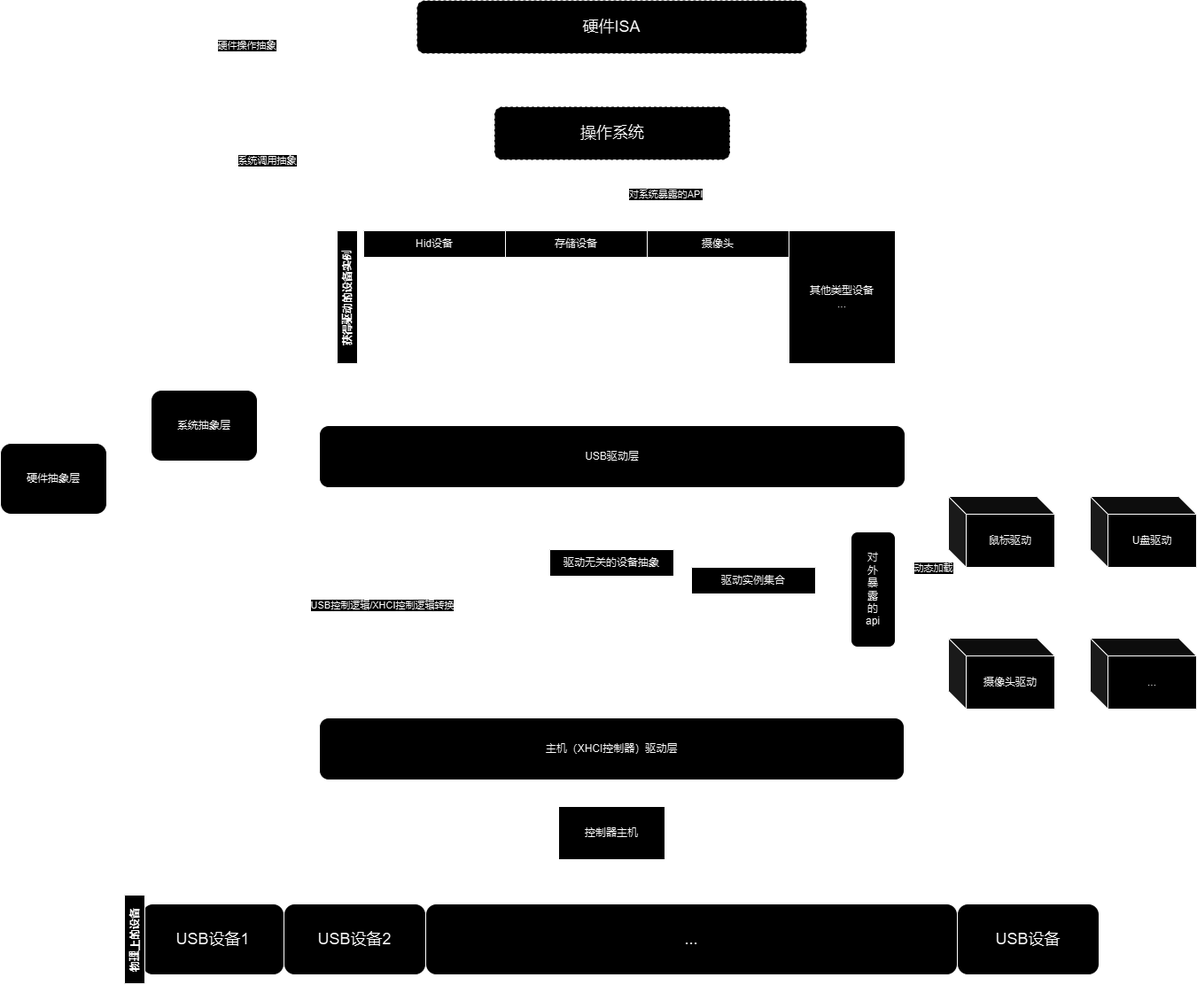
This is article/figures/main_architecture.png from dbydd/UUSBDriver, a draw.io export, as it was before one commit. Source tidied: cells renumbered, new cells last; positions are measured from the earlier drawing's top-left corner, leaving out a move shared by most shapes.
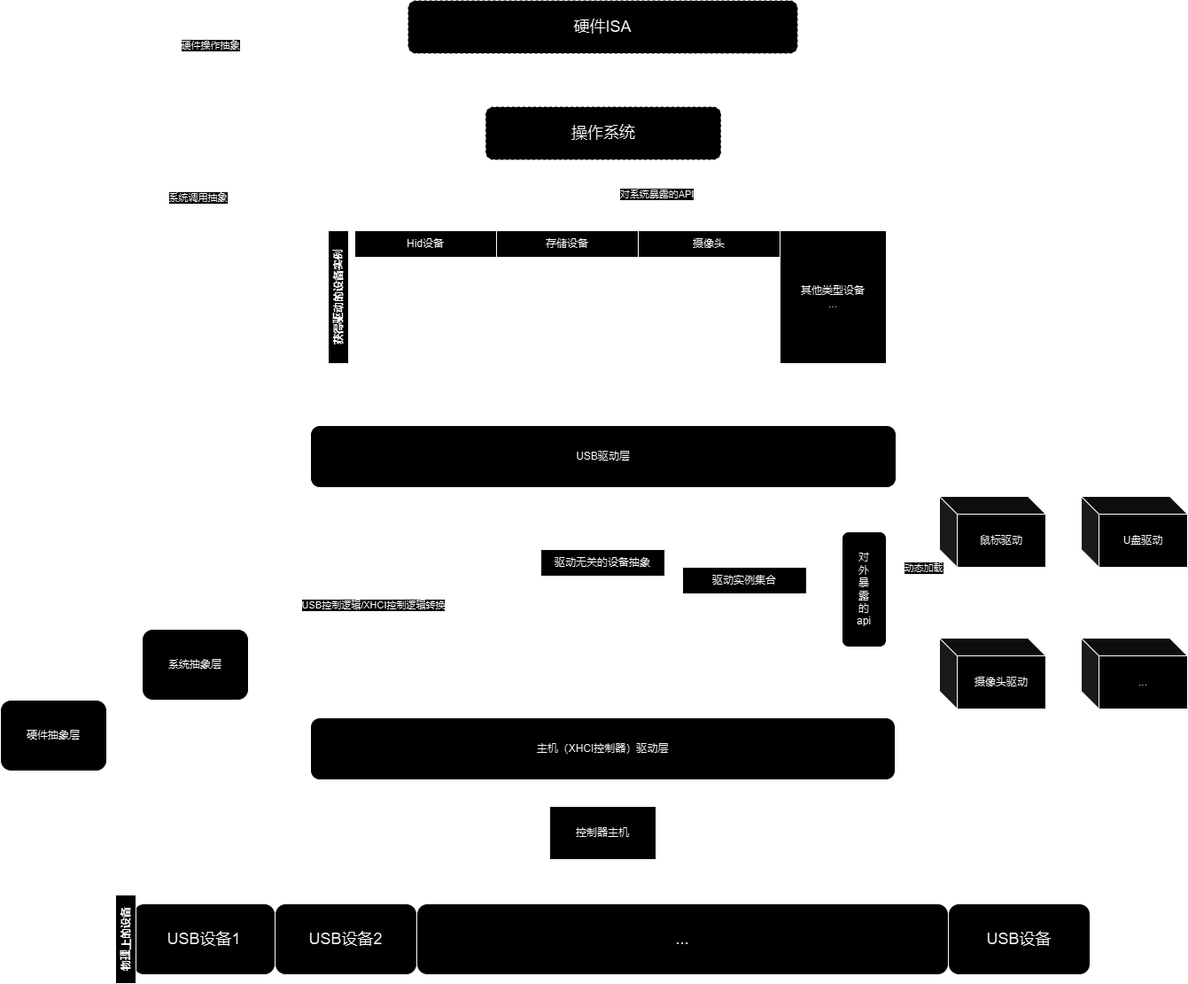
Above is the later version.

What changed in the source:
```diff
@@ -58,11 +58,11 @@
         <mxPoint x="-95" y="18" as="offset" />
       </mxGeometry>
     </mxCell>
-    <mxCell id="17" style="edgeStyle=orthogonalEdgeStyle;rounded=0;jettySize=auto;html=1;exitX=1;exitY=0.5;exitDx=0;exitDy=0;entryX=0;entryY=0.75;entryDx=0;entryDy=0;" parent="1" edge="1" source="18" target="10">
-      <mxGeometry relative="1" as="geometry" />
-    </mxCell>
+    <mxCell id="70" style="edgeStyle=orthogonalEdgeStyle;rounded=0;jettySize=auto;html=1;exitX=1;exitY=0.5;exitDx=0;exitDy=0;entryX=0;entryY=0.75;entryDx=0;entryDy=0;startArrow=classic;startFill=1;" parent="1" edge="1" source="18" target="14">
+      <mxGeometry relative="1" as="geometry" />
+    </mxCell>
     <mxCell id="18" value="硬件抽象层" style="rounded=1;whiteSpace=wrap;html=1;" parent="1" vertex="1">
-      <mxGeometry y="500" width="120" height="80" as="geometry" />
+      <mxGeometry x="10" y="790" width="120" height="80" as="geometry" />
     </mxCell>
     <mxCell id="19" style="edgeStyle=orthogonalEdgeStyle;rounded=0;jettySize=auto;html=1;entryX=0;entryY=0.5;entryDx=0;entryDy=0;startArrow=classic;startFill=1;" parent="1" edge="1" source="22" target="3">
       <mxGeometry relative="1" as="geometry">
@@ -76,11 +76,11 @@
         <mxPoint y="28" as="offset" />
       </mxGeometry>
     </mxCell>
-    <mxCell id="21" style="edgeStyle=orthogonalEdgeStyle;rounded=0;jettySize=auto;html=1;exitX=1;exitY=0.5;exitDx=0;exitDy=0;entryX=0;entryY=0.25;entryDx=0;entryDy=0;" parent="1" edge="1" source="22" target="10">
-      <mxGeometry relative="1" as="geometry" />
-    </mxCell>
+    <mxCell id="71" style="edgeStyle=orthogonalEdgeStyle;rounded=0;jettySize=auto;html=1;exitX=1;exitY=0.5;exitDx=0;exitDy=0;entryX=0;entryY=0.25;entryDx=0;entryDy=0;startArrow=classic;startFill=1;" parent="1" edge="1" source="22" target="14">
+      <mxGeometry relative="1" as="geometry" />
+    </mxCell>
     <mxCell id="22" value="系统抽象层" style="rounded=1;whiteSpace=wrap;html=1;" parent="1" vertex="1">
-      <mxGeometry x="170" y="440" width="120" height="80" as="geometry" />
+      <mxGeometry x="170" y="710" width="120" height="80" as="geometry" />
     </mxCell>
     <mxCell id="23" style="edgeStyle=orthogonalEdgeStyle;rounded=0;jettySize=auto;html=1;entryX=0.5;entryY=0;entryDx=0;entryDy=0;startArrow=classic;startFill=1;" parent="1" edge="1" source="24" target="14">
       <mxGeometry relative="1" as="geometry" />
```
